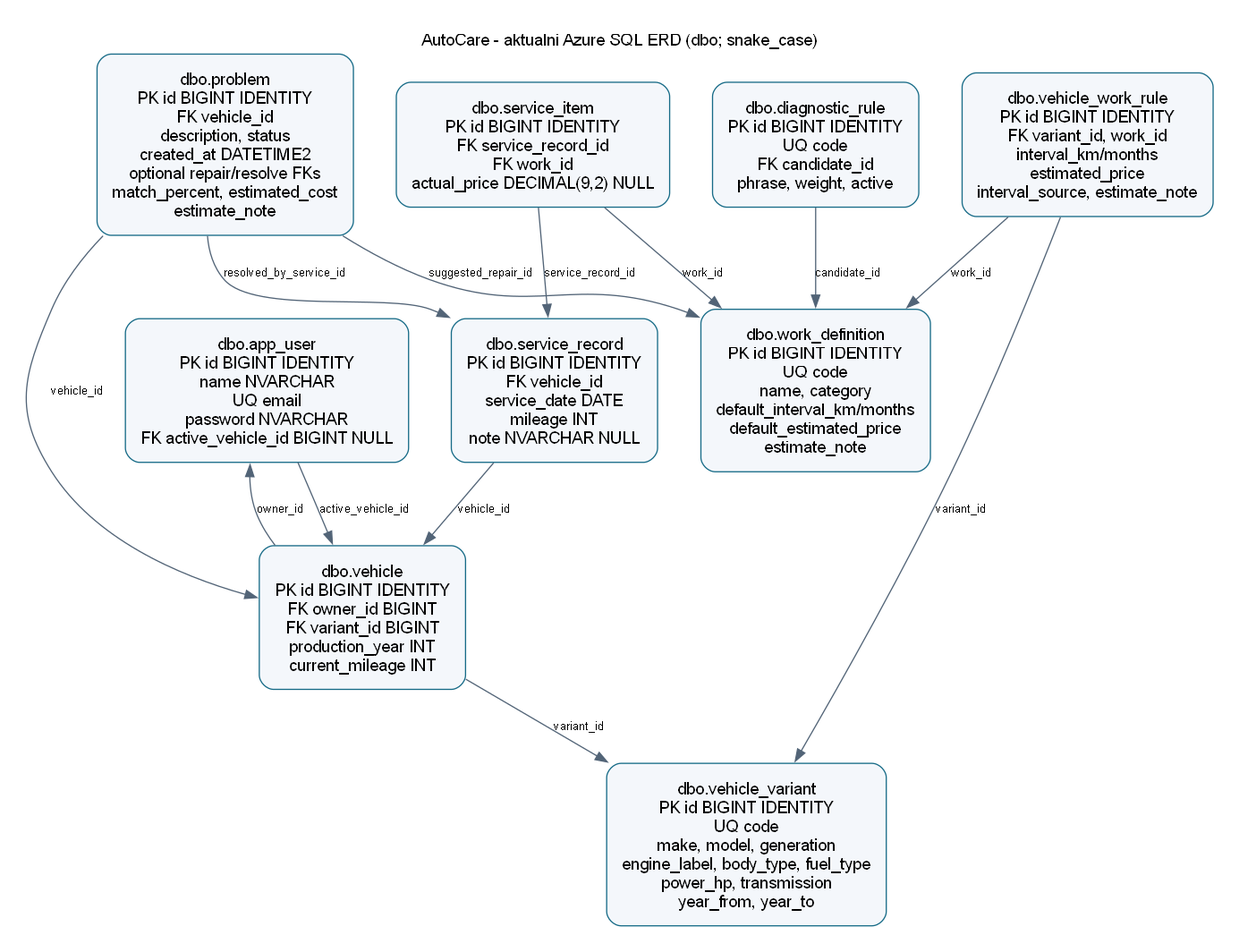
The Mermaid diagram docs/erd.png in KarloLerga/AutoCare, before a commit. Its source is kept beside it as docs/erd.mmd.
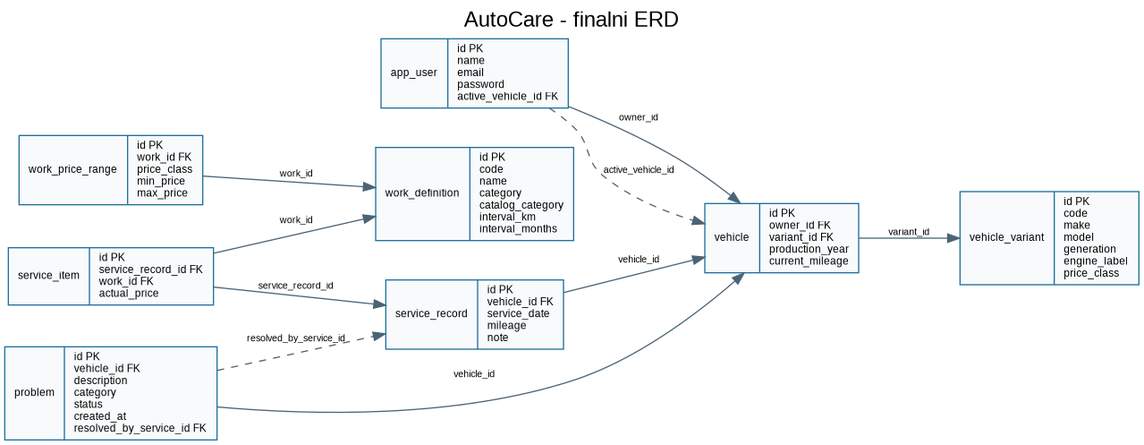
The same file after the commit.

What changed in the source:
```diff
@@ -1,94 +1,45 @@
 erDiagram
-    app_user ||--o{ vehicle : owns
-    app_user }o--o| vehicle : active_vehicle_id
-    vehicle_variant ||--o{ vehicle : identifies
-    vehicle ||--o{ service_record : history
-    service_record ||--|{ service_item : contains
-    work_definition ||--o{ service_item : describes
-    vehicle_variant ||--o{ vehicle_work_rule : covers
-    work_definition ||--o{ vehicle_work_rule : applies
-    vehicle ||--o{ problem : reports
-    service_record o|--o{ problem : resolves
-    work_definition o|--o{ problem : suggested_repair
-    work_definition ||--o{ diagnostic_rule : candidate
-    app_user {
-        bigint id PK
-        string name
-        string email UK
-        string password
-        bigint active_vehicle_id FK
-    }
-    vehicle_variant {
-        bigint id PK
-        string code UK
-        string make
-        string model
-        string generation
-        string engine_label
-        string body_type
-        string fuel_type
-        int power_hp
-        string transmission
-        int year_from
-        int year_to
-    }
-    vehicle {
-        bigint id PK
-        bigint owner_id FK
-        bigint variant_id FK
-        int production_year
-        int current_mileage
-    }
-    work_definition {
-        bigint id PK
-        string code UK
-        string name
-        string category
-        int default_interval_km
-        int default_interval_months
-        decimal default_estimated_price
-        string estimate_note
-    }
-    vehicle_work_rule {
-        bigint id PK
-        bigint variant_id FK
-        bigint work_id FK
-        int interval_km
-        int interval_months
-        decimal estimated_price
-        string interval_source
-        string estimate_note
-    }
-    service_record {
-        bigint id PK
-        bigint vehicle_id FK
-        date service_date
-        int mileage
-        string note
-    }
-    service_item {
-        bigint id PK
-        bigint service_record_id FK
-        bigint work_id FK
-        decimal actual_price
-    }
-    problem {
-        bigint id PK
-        bigint vehicle_id FK
-        string description
-        string status
-        datetime created_at
-        bigint suggested_repair_id FK
-        decimal match_percent
-        decimal estimated_cost
-        string estimate_note
-        bigint resolved_by_service_id FK
-    }
-    diagnostic_rule {
-        bigint id PK
-        string code UK
-        bigint candidate_id FK
-        string phrase
-        int weight
-        boolean active
-    }
+  APP_USER ||--o{ VEHICLE : owns
+  APP_USER o|--o| VEHICLE : active_vehicle
+  VEHICLE_VARIANT ||--o{ VEHICLE : identifies
+  VEHICLE ||--o{ SERVICE_RECORD : history
+  SERVICE_RECORD ||--|{ SERVICE_ITEM : contains
+  WORK_DEFINITION ||--o{ SERVICE_ITEM : performed_work
+  WORK_DEFINITION ||--|{ WORK_PRICE_RANGE : price_ranges
+  VEHICLE ||--o{ PROBLEM : notes
+  SERVICE_RECORD o|--o{ PROBLEM : resolves
+
+  VEHICLE_VARIANT {
+    bigint id PK
+    string code
+    string make
+    string model
+    string generation
+    string engine_label
+    string price_class
+  }
+  WORK_DEFINITION {
+    bigint id PK
+    string code
+    string name
+    string category
+    string catalog_category
+    int interval_km
+    int interval_months
+  }
+  WORK_PRICE_RANGE {
+    bigint id PK
+    bigint work_id FK
+    string price_class
+    decimal min_price
+    decimal max_price
+  }
+  PROBLEM {
+    bigint id PK
+    bigint vehicle_id FK
+    string description
+    string category
+    string status
+    datetime created_at
+    bigint resolved_by_service_id FK
+  }
```
